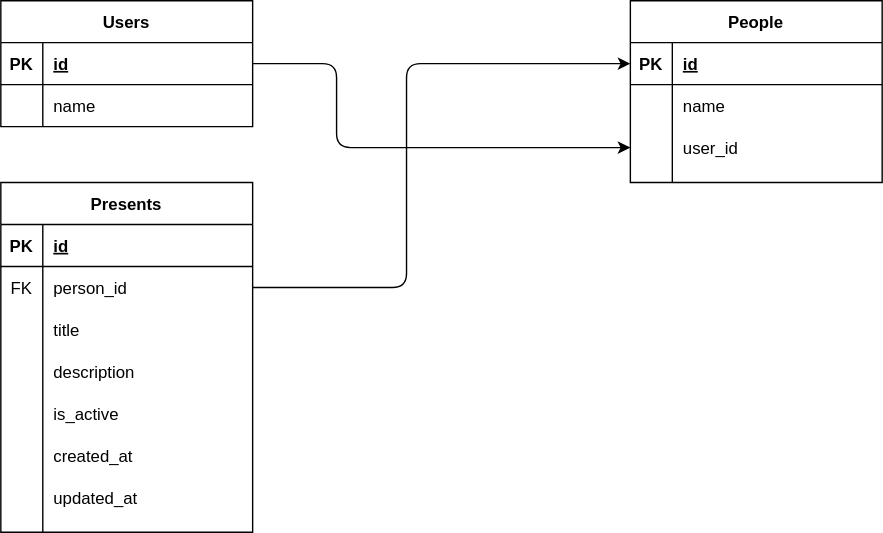
Before: db.svg, a diagram exported from draw.io (mgolebiowski/wish-keeper). Source tidied: cells renumbered, new cells last; positions are measured from the earlier drawing's top-left corner, leaving out a move shared by most shapes.
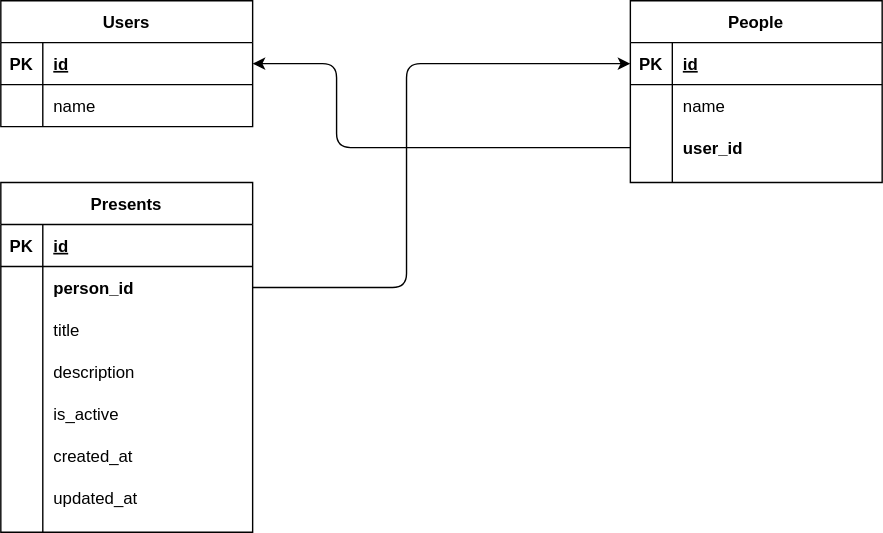
The same file after the commit.

What changed in the source:
```diff
@@ -50,7 +50,7 @@
     <mxCell id="17" style="shape=partialRectangle;fillColor=none;top=0;left=0;bottom=0;right=0;overflow=hidden;" parent="16" vertex="1">
       <mxGeometry width="30" height="30" as="geometry" />
     </mxCell>
-    <mxCell id="18" value="user_id" style="shape=partialRectangle;fillColor=none;top=0;left=0;bottom=0;right=0;align=left;spacingLeft=6;overflow=hidden;" parent="16" vertex="1">
+    <mxCell id="18" value="user_id" style="shape=partialRectangle;fillColor=none;top=0;left=0;bottom=0;right=0;align=left;spacingLeft=6;overflow=hidden;fontStyle=1;" parent="16" vertex="1">
       <mxGeometry x="30" width="150" height="30" as="geometry" />
     </mxCell>
     <mxCell id="19" style="edgeStyle=none;html=1;entryX=0;entryY=0.5;entryDx=0;entryDy=0;exitX=1;exitY=0.5;exitDx=0;exitDy=0;" parent="1" edge="1" source="24" target="10">
@@ -76,10 +76,10 @@
     <mxCell id="24" style="shape=partialRectangle;fillColor=none;top=0;left=0;bottom=0;right=0;points=[[0,0.5],[1,0.5]];portConstraint=eastwest;" parent="20" vertex="1">
       <mxGeometry y="60" width="180" height="30" as="geometry" />
     </mxCell>
-    <mxCell id="25" value="FK" style="shape=partialRectangle;fillColor=none;top=0;left=0;bottom=0;right=0;overflow=hidden;" parent="24" vertex="1">
+    <mxCell id="25" style="shape=partialRectangle;fillColor=none;top=0;left=0;bottom=0;right=0;overflow=hidden;" parent="24" vertex="1">
       <mxGeometry width="30" height="30" as="geometry" />
     </mxCell>
-    <mxCell id="26" value="person_id" style="shape=partialRectangle;fillColor=none;top=0;left=0;bottom=0;right=0;align=left;spacingLeft=6;overflow=hidden;" parent="24" vertex="1">
+    <mxCell id="26" value="person_id" style="shape=partialRectangle;fillColor=none;top=0;left=0;bottom=0;right=0;align=left;spacingLeft=6;overflow=hidden;fontStyle=1;" parent="24" vertex="1">
       <mxGeometry x="30" width="150" height="30" as="geometry" />
     </mxCell>
     <mxCell id="27" style="shape=partialRectangle;fillColor=none;top=0;left=0;bottom=0;right=0;" parent="20" vertex="1">
@@ -127,11 +127,11 @@
     <mxCell id="41" value="updated_at" style="shape=partialRectangle;fillColor=none;top=0;left=0;bottom=0;right=0;align=left;spacingLeft=6;overflow=hidden;" parent="39" vertex="1">
       <mxGeometry x="30" width="150" height="30" as="geometry" />
     </mxCell>
-    <mxCell id="42" style="edgeStyle=none;html=1;entryX=0;entryY=0.5;entryDx=0;entryDy=0;" parent="1" edge="1" source="3" target="16">
+    <mxCell id="42" style="edgeStyle=none;html=1;exitX=0;exitY=0.5;exitDx=0;exitDy=0;" parent="1" edge="1" source="16" target="3">
       <mxGeometry relative="1" as="geometry">
         <Array as="points">
+          <mxPoint x="240" y="105" />
           <mxPoint x="240" y="45" />
-          <mxPoint x="240" y="105" />
         </Array>
       </mxGeometry>
     </mxCell>
```
